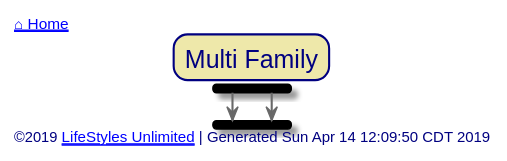
This is out/src/multi-family/index.svg from toddmo/lifestylesunlimited, a PlantUML export, as it was before one commit.
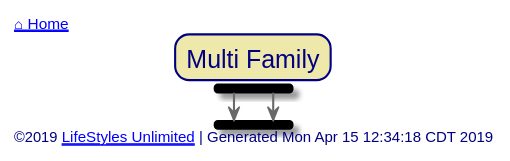
The same file after the commit.

What changed in the source:
```diff
@@ -76,7 +76,7 @@
 
 
 left footer
-	©2019 [[http://www.lifestylesunlimited.com LifeStyles Unlimited]] | Generated Sun Apr 14 12:09:50 CDT 2019
+	©2019 [[http://www.lifestylesunlimited.com LifeStyles Unlimited]] | Generated Mon Apr 15 12:34:18 CDT 2019
 endfooter
 
 
```
